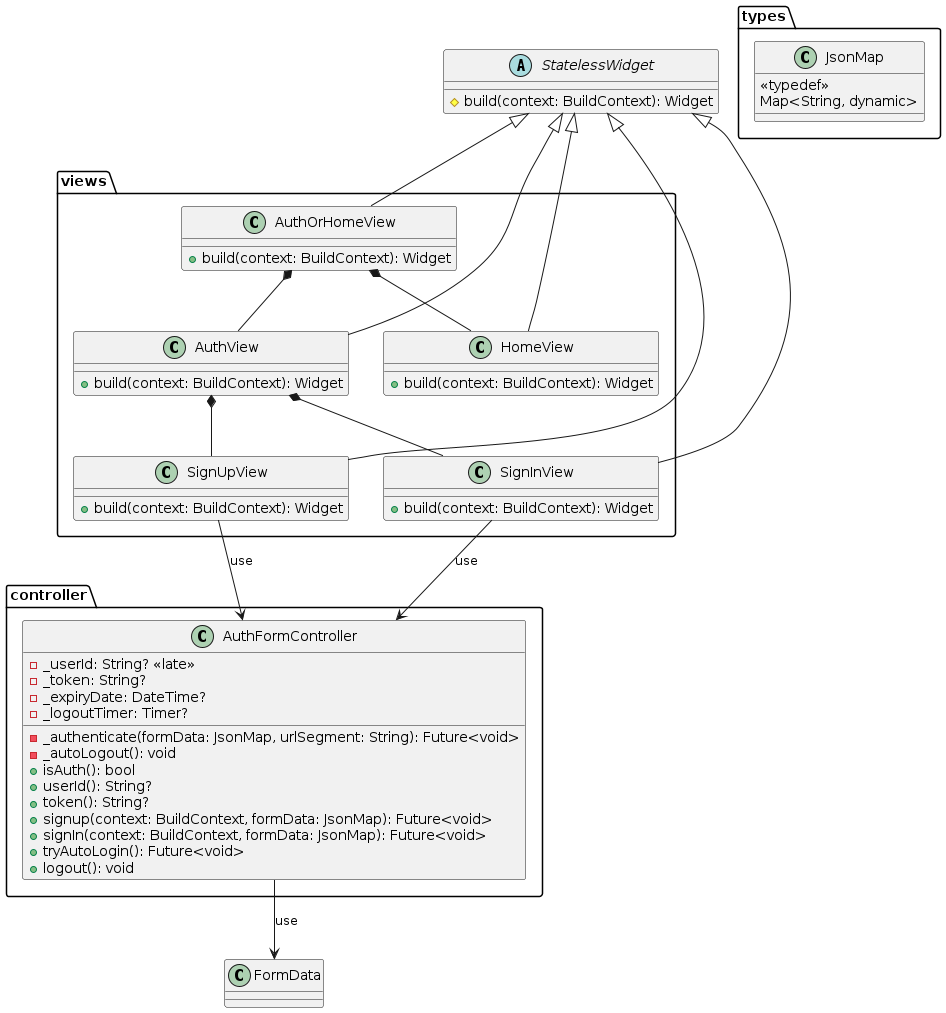
Above: docs/diagrams/out/class_diagrams/pe_na_pedra_class_diagram_5.png in tiagors09/pe_na_pedra (PlantUML), before the change.
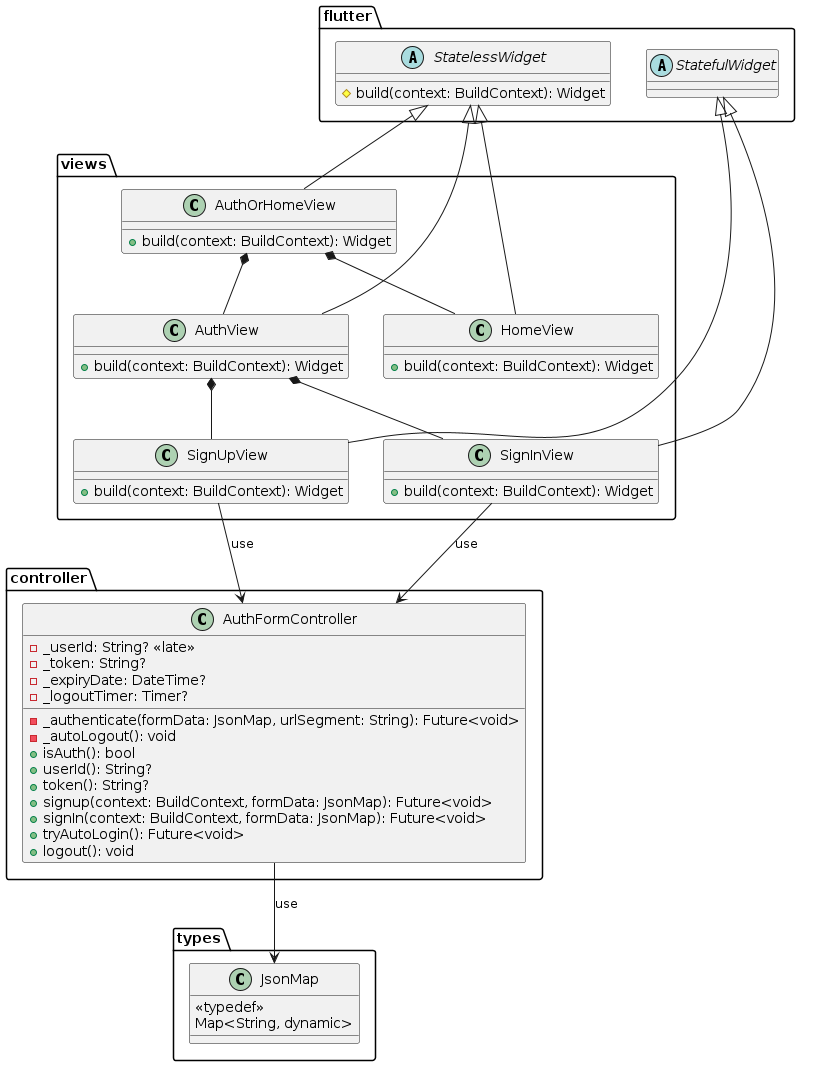
After the change.

Diff of the diagram source:
```diff
@@ -1,6 +1,10 @@
 @startuml pe_na_pedra_class_diagram_5
-abstract class StatelessWidget {
-  # build(context: BuildContext): Widget
+package flutter {
+  abstract class StatelessWidget {
+    # build(context: BuildContext): Widget
+  }
+
+  abstract class StatefulWidget
 }
 
 package views {
@@ -24,8 +28,8 @@
 StatelessWidget <|-- AuthOrHomeView
 StatelessWidget <|-- AuthView
 StatelessWidget <|-- HomeView
-StatelessWidget <|-- SignUpView
-StatelessWidget <|-- SignInView
+StatefulWidget <|-- SignUpView
+StatefulWidget <|-- SignInView
 AuthOrHomeView *-- AuthView
 AuthOrHomeView *-- HomeView
 AuthView *-- SignUpView
@@ -57,7 +61,7 @@
   }
 }
 
-AuthFormController --> FormData : use
+AuthFormController --> JsonMap : use
 
 SignUpView --> AuthFormController : use
 SignInView --> AuthFormController : use
```
